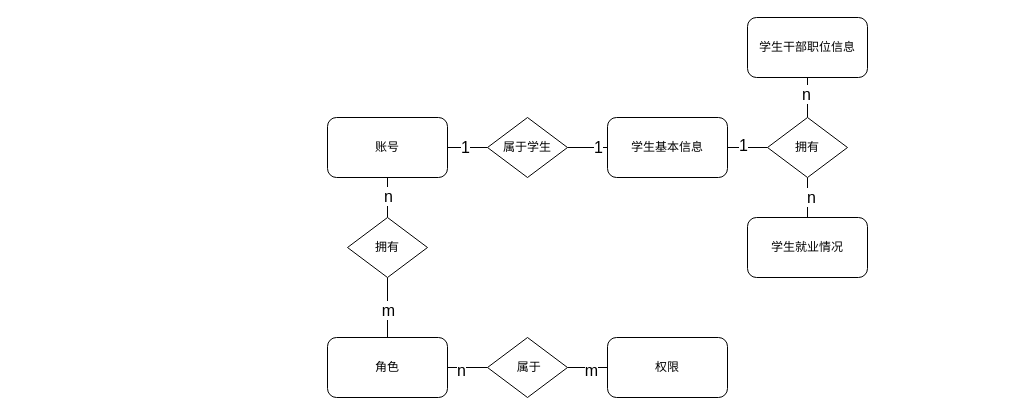
Above: map/swms-er.drawio in msqtt/Sources (draw.io), before the change. Source tidied: cells renumbered, new cells numbered last; positions are measured from the earlier drawing's top-left corner, leaving out a move shared by most shapes. Both pictures are drawn from the tidied source at 100%, with x=0, y=0 at pixel (327, 17).
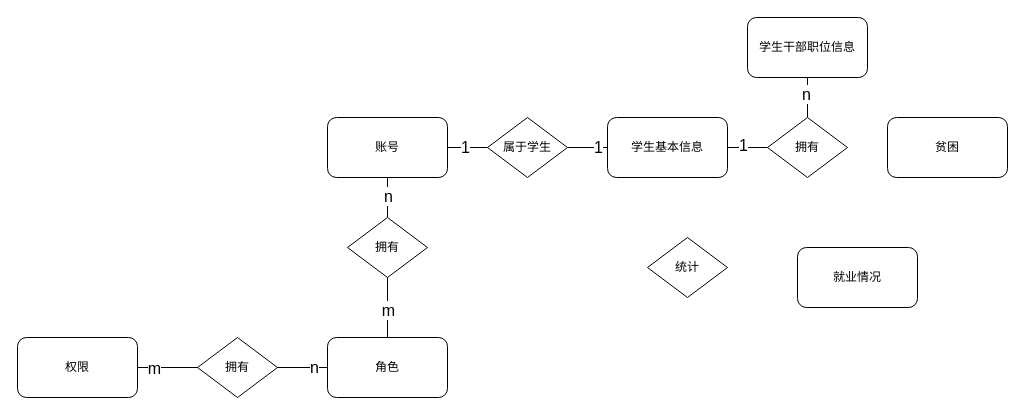
The same page after the edit.

The change refers to these unchanged cells:
```xml
<mxCell id="6" style="rounded=0;jettySize=auto;html=1;exitX=1;exitY=0.5;exitDx=0;exitDy=0;entryX=0;entryY=0.5;entryDx=0;entryDy=0;endArrow=none;endFill=0;" parent="1" edge="1" source="8" target="11">
  <mxGeometry relative="1" as="geometry" />
</mxCell>
<mxCell id="28" value="拥有" style="rhombus;whiteSpace=wrap;html=1;" parent="1" vertex="1">
  <mxGeometry x="440" y="100" width="80" height="60" as="geometry" />
</mxCell>
```

Diff of the diagram source:
```diff
@@
     <mxCell id="5" value="权限" style="rounded=1;whiteSpace=wrap;html=1;" parent="1" vertex="1">
-      <mxGeometry x="280" y="320" width="120" height="60" as="geometry" />
+      <mxGeometry x="-310" y="320" width="120" height="60" as="geometry" />
     </mxCell>
@@
+    <mxCell id="27" value="n" style="edgeLabel;html=1;align=center;verticalAlign=middle;fontSize=16;" parent="6" vertex="1">
+      <mxGeometry x="0.07" y="-1" relative="1" as="geometry" />
+    </mxCell>
@@
-    <mxCell id="9" style="rounded=0;jettySize=auto;html=1;exitX=1;exitY=0.5;exitDx=0;exitDy=0;entryX=0;entryY=0.5;entryDx=0;entryDy=0;endArrow=none;endFill=0;" parent="1" edge="1" source="11" target="5">
+    <mxCell id="9" style="rounded=0;jettySize=auto;html=1;exitX=1;exitY=0.5;exitDx=0;exitDy=0;entryX=1;entryY=0.5;entryDx=0;entryDy=0;endArrow=none;endFill=0;" parent="1" edge="1" source="11" target="5">
       <mxGeometry relative="1" as="geometry" />
     </mxCell>
     <mxCell id="10" value="&lt;font style=&quot;font-size: 16px;&quot;&gt;m&lt;/font&gt;" style="edgeLabel;html=1;align=center;verticalAlign=middle;" parent="9" vertex="1">
-      <mxGeometry x="0.17" y="-2" relative="1" as="geometry" />
+      <mxGeometry x="0.17" y="-2" relative="1" as="geometry">
+        <mxPoint x="-42" y="2" as="offset" />
+      </mxGeometry>
     </mxCell>
-    <mxCell id="11" value="&amp;nbsp;属于" style="rhombus;whiteSpace=wrap;html=1;" parent="1" vertex="1">
-      <mxGeometry x="160" y="320" width="80" height="60" as="geometry" />
+    <mxCell id="11" value="拥有" style="rhombus;whiteSpace=wrap;html=1;" parent="1" vertex="1">
+      <mxGeometry x="-130" y="320" width="80" height="60" as="geometry" />
     </mxCell>
@@
-    <mxCell id="26" style="edgeStyle=orthogonalEdgeStyle;rounded=0;jettySize=auto;html=1;endArrow=none;endFill=0;" parent="1" edge="1" source="28" target="29">
-      <mxGeometry relative="1" as="geometry" />
-    </mxCell>
-    <mxCell id="27" value="&lt;font style=&quot;font-size: 16px;&quot;&gt;n&lt;br&gt;&lt;/font&gt;" style="edgeLabel;html=1;align=center;verticalAlign=middle;" parent="26" vertex="1">
-      <mxGeometry x="-0.05" y="3" relative="1" as="geometry" />
-    </mxCell>
@@
-    <mxCell id="29" value="学生就业情况" style="rounded=1;whiteSpace=wrap;html=1;" parent="1" vertex="1">
-      <mxGeometry x="420" y="200" width="120" height="60" as="geometry" />
+    <mxCell id="29" value="就业情况" style="rounded=1;whiteSpace=wrap;html=1;" parent="1" vertex="1">
+      <mxGeometry x="470" y="230" width="120" height="60" as="geometry" />
     </mxCell>
+    <mxCell id="30" value="贫困" style="rounded=1;whiteSpace=wrap;html=1;" parent="1" vertex="1">
+      <mxGeometry x="560" y="100" width="120" height="60" as="geometry" />
+    </mxCell>
+    <mxCell id="31" value="统计" style="rhombus;whiteSpace=wrap;html=1;" parent="1" vertex="1">
+      <mxGeometry x="320" y="220" width="80" height="60" as="geometry" />
+    </mxCell>
```
